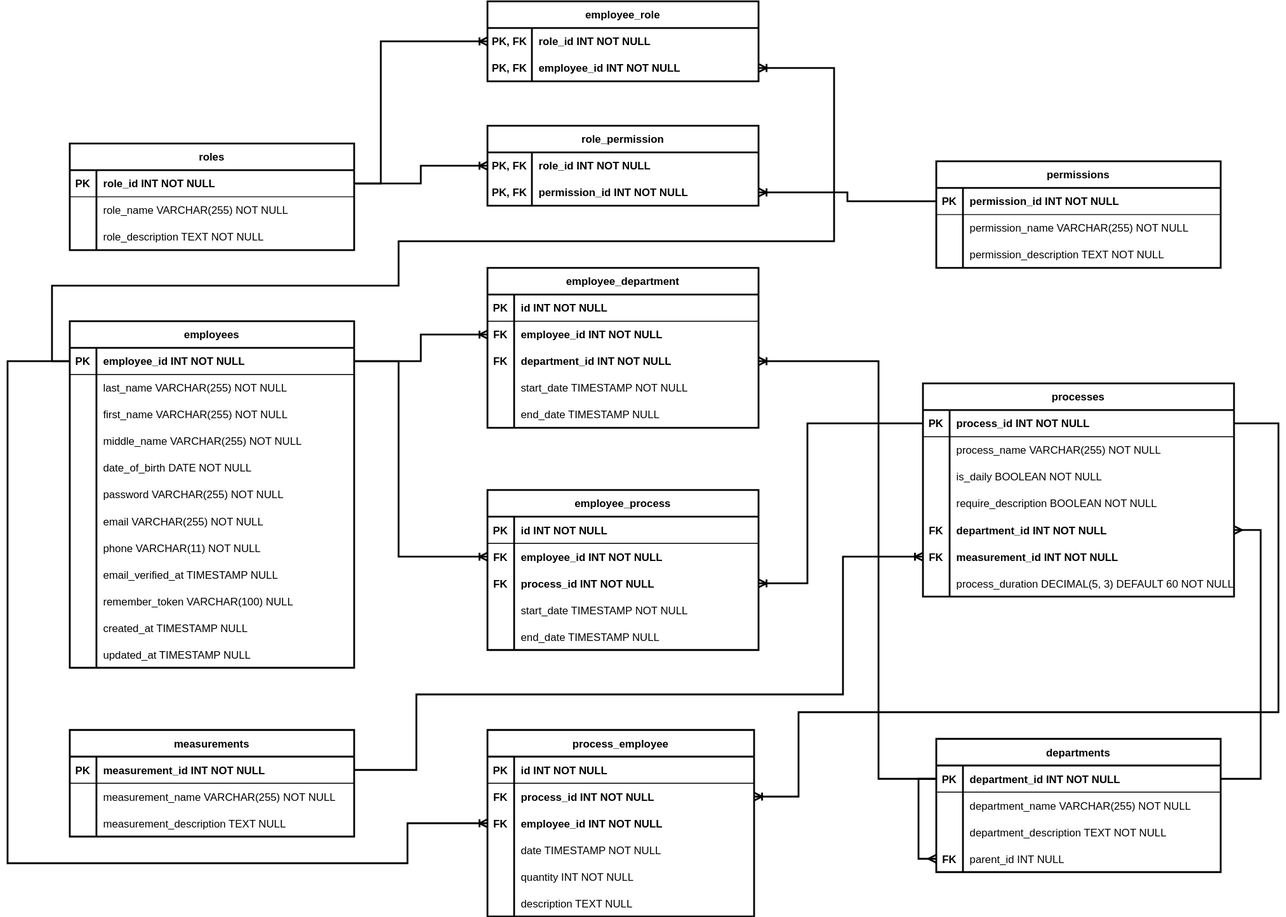
This is _DatabaseStructure/DB structure new.drawio.svg from JNorri/library_time, a draw.io export, as it was before one commit. Source tidied: cells renumbered, new cells last; positions are measured from the earlier drawing's top-left corner, leaving out a move shared by most shapes.
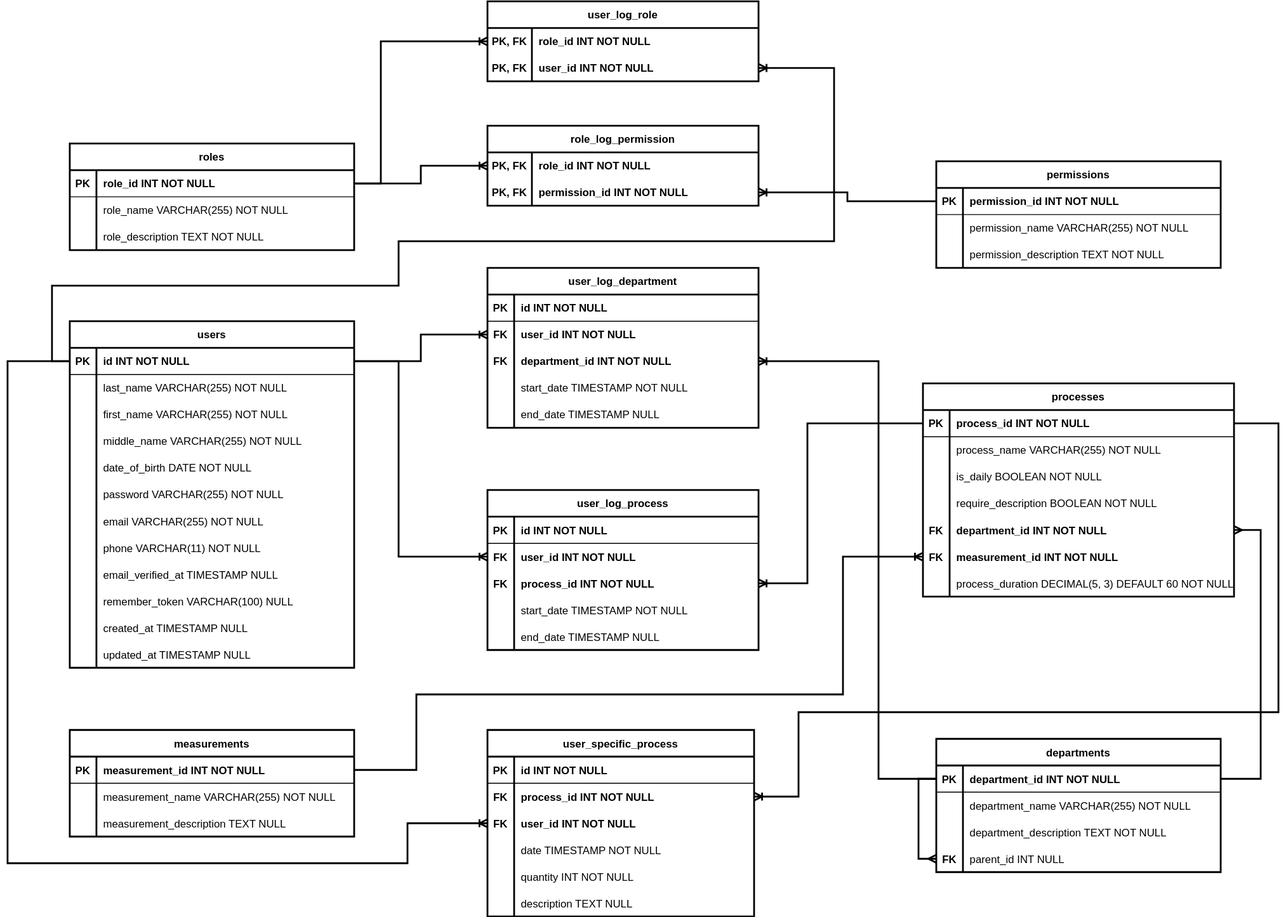
After the commit.

The edit, as a diff of the source:
```diff
@@ -98,7 +98,7 @@
     <mxCell id="33" value="process_duration DECIMAL(5, 3) DEFAULT 60 NOT NULL" style="shape=partialRectangle;overflow=hidden;fillColor=none;align=left;strokeColor=inherit;top=0;left=0;bottom=0;right=0;spacingLeft=6;" parent="31" vertex="1">
       <mxGeometry x="30" width="320" height="30" as="geometry" />
     </mxCell>
-    <mxCell id="34" value="employees" style="shape=table;startSize=30;rowLines=0;fontStyle=1;align=center;strokeWidth=2;" parent="1" vertex="1">
+    <mxCell id="34" value="users" style="shape=table;startSize=30;rowLines=0;fontStyle=1;align=center;strokeWidth=2;" parent="1" vertex="1">
       <mxGeometry x="70" y="360" width="320" height="390" as="geometry" />
     </mxCell>
     <mxCell id="35" style="shape=tableRow;horizontal=0;startSize=0;swimlaneHead=0;swimlaneBody=0;fillColor=none;points=[[0,0.5],[1,0.5]];portConstraint=eastwest;strokeColor=inherit;top=0;left=0;right=0;bottom=1;" parent="34" vertex="1">
@@ -107,7 +107,7 @@
     <mxCell id="36" value="PK" style="shape=partialRectangle;overflow=hidden;fillColor=none;strokeColor=inherit;top=0;left=0;bottom=0;right=0;fontStyle=1;" parent="35" vertex="1">
       <mxGeometry width="30" height="30" as="geometry" />
     </mxCell>
-    <mxCell id="37" value="employee_id&#9;&#9;   INT NOT NULL" style="shape=partialRectangle;overflow=hidden;fillColor=none;align=left;strokeColor=inherit;top=0;left=0;bottom=0;right=0;spacingLeft=6;fontStyle=1;" parent="35" vertex="1">
+    <mxCell id="37" value="id INT NOT NULL" style="shape=partialRectangle;overflow=hidden;fillColor=none;align=left;strokeColor=inherit;top=0;left=0;bottom=0;right=0;spacingLeft=6;fontStyle=1;" parent="35" vertex="1">
       <mxGeometry x="30" width="290" height="30" as="geometry" />
     </mxCell>
     <mxCell id="38" style="shape=tableRow;horizontal=0;startSize=0;swimlaneHead=0;swimlaneBody=0;fillColor=none;strokeColor=inherit;top=0;left=0;right=0;bottom=0;" parent="34" vertex="1">
@@ -209,7 +209,7 @@
     <mxCell id="70" value="updated_at TIMESTAMP NULL" style="shape=partialRectangle;overflow=hidden;fillColor=none;align=left;strokeColor=inherit;top=0;left=0;bottom=0;right=0;spacingLeft=6;" parent="68" vertex="1">
       <mxGeometry x="30" width="290" height="30" as="geometry" />
     </mxCell>
-    <mxCell id="71" value="process_employee" style="shape=table;startSize=30;rowLines=0;fontStyle=1;align=center;strokeWidth=2;" parent="1" vertex="1">
+    <mxCell id="71" value="user_specific_process" style="shape=table;startSize=30;rowLines=0;fontStyle=1;align=center;strokeWidth=2;" parent="1" vertex="1">
       <mxGeometry x="540" y="820" width="300" height="210" as="geometry" />
     </mxCell>
     <mxCell id="72" style="shape=tableRow;horizontal=0;startSize=0;swimlaneHead=0;swimlaneBody=0;fillColor=none;strokeColor=inherit;top=0;left=0;right=0;bottom=1;" parent="71" vertex="1">
@@ -236,7 +236,7 @@
     <mxCell id="79" value="FK" style="shape=partialRectangle;overflow=hidden;fillColor=none;strokeColor=inherit;top=0;left=0;bottom=0;right=0;fontStyle=1;" parent="78" vertex="1">
       <mxGeometry width="30" height="30" as="geometry" />
     </mxCell>
-    <mxCell id="80" value="employee_id INT NOT NULL" style="shape=partialRectangle;overflow=hidden;fillColor=none;align=left;strokeColor=inherit;top=0;left=0;bottom=0;right=0;spacingLeft=6;fontStyle=1;" parent="78" vertex="1">
+    <mxCell id="80" value="user_id INT NOT NULL" style="shape=partialRectangle;overflow=hidden;fillColor=none;align=left;strokeColor=inherit;top=0;left=0;bottom=0;right=0;spacingLeft=6;fontStyle=1;" parent="78" vertex="1">
       <mxGeometry x="30" width="270" height="30" as="geometry" />
     </mxCell>
     <mxCell id="81" style="shape=tableRow;horizontal=0;startSize=0;swimlaneHead=0;swimlaneBody=0;fillColor=none;strokeColor=inherit;top=0;left=0;right=0;bottom=0;" parent="71" vertex="1">
@@ -266,7 +266,7 @@
     <mxCell id="89" value="description&#9;TEXT&#9;&#9;        NULL" style="shape=partialRectangle;overflow=hidden;fillColor=none;align=left;strokeColor=inherit;top=0;left=0;bottom=0;right=0;spacingLeft=6;" parent="87" vertex="1">
       <mxGeometry x="30" width="270" height="30" as="geometry" />
     </mxCell>
-    <mxCell id="90" value="employee_department" style="shape=table;startSize=30;rowLines=0;fontStyle=1;align=center;strokeWidth=2;fillColor=default;" parent="1" vertex="1">
+    <mxCell id="90" value="user_log_department" style="shape=table;startSize=30;rowLines=0;fontStyle=1;align=center;strokeWidth=2;fillColor=default;" parent="1" vertex="1">
       <mxGeometry x="540" y="300" width="305" height="180" as="geometry" />
     </mxCell>
     <mxCell id="91" style="shape=tableRow;horizontal=0;startSize=0;swimlaneHead=0;swimlaneBody=0;fillColor=none;strokeColor=inherit;top=0;left=0;right=0;bottom=1;swimlaneLine=0;" parent="90" vertex="1">
@@ -284,7 +284,7 @@
     <mxCell id="95" value="FK" style="shape=partialRectangle;overflow=hidden;fillColor=none;strokeColor=inherit;top=0;left=0;bottom=0;right=0;fontStyle=1;" parent="94" vertex="1">
       <mxGeometry width="30" height="30" as="geometry" />
     </mxCell>
-    <mxCell id="96" value="employee_id INT NOT NULL" style="shape=partialRectangle;overflow=hidden;fillColor=none;align=left;strokeColor=inherit;top=0;left=0;bottom=0;right=0;spacingLeft=6;fontStyle=1;" parent="94" vertex="1">
+    <mxCell id="96" value="user_id INT NOT NULL" style="shape=partialRectangle;overflow=hidden;fillColor=none;align=left;strokeColor=inherit;top=0;left=0;bottom=0;right=0;spacingLeft=6;fontStyle=1;" parent="94" vertex="1">
       <mxGeometry x="30" width="275" height="30" as="geometry" />
     </mxCell>
     <mxCell id="97" style="shape=tableRow;horizontal=0;startSize=0;swimlaneHead=0;swimlaneBody=0;fillColor=none;points=[[0,0.5],[1,0.5]];portConstraint=eastwest;strokeColor=inherit;top=0;left=0;right=0;bottom=0;swimlaneLine=0;" parent="90" vertex="1">
@@ -361,7 +361,7 @@
         </Array>
       </mxGeometry>
     </mxCell>
-    <mxCell id="120" value="employee_process" style="shape=table;startSize=30;rowLines=0;fontStyle=1;align=center;strokeWidth=2;fillColor=default;" parent="1" vertex="1">
+    <mxCell id="120" value="user_log_process" style="shape=table;startSize=30;rowLines=0;fontStyle=1;align=center;strokeWidth=2;fillColor=default;" parent="1" vertex="1">
       <mxGeometry x="540" y="550" width="305" height="180" as="geometry" />
     </mxCell>
     <mxCell id="121" style="shape=tableRow;horizontal=0;startSize=0;swimlaneHead=0;swimlaneBody=0;fillColor=none;strokeColor=inherit;top=0;left=0;right=0;bottom=1;swimlaneLine=0;" parent="120" vertex="1">
@@ -379,7 +379,7 @@
     <mxCell id="125" value="FK" style="shape=partialRectangle;overflow=hidden;fillColor=none;strokeColor=inherit;top=0;left=0;bottom=0;right=0;fontStyle=1;" parent="124" vertex="1">
       <mxGeometry width="30" height="30" as="geometry" />
     </mxCell>
-    <mxCell id="126" value="employee_id INT NOT NULL" style="shape=partialRectangle;overflow=hidden;fillColor=none;align=left;strokeColor=inherit;top=0;left=0;bottom=0;right=0;spacingLeft=6;fontStyle=1;" parent="124" vertex="1">
+    <mxCell id="126" value="user_id INT NOT NULL" style="shape=partialRectangle;overflow=hidden;fillColor=none;align=left;strokeColor=inherit;top=0;left=0;bottom=0;right=0;spacingLeft=6;fontStyle=1;" parent="124" vertex="1">
       <mxGeometry x="30" width="275" height="30" as="geometry" />
     </mxCell>
     <mxCell id="127" style="shape=tableRow;horizontal=0;startSize=0;swimlaneHead=0;swimlaneBody=0;fillColor=none;points=[[0,0.5],[1,0.5]];portConstraint=eastwest;strokeColor=inherit;top=0;left=0;right=0;bottom=0;swimlaneLine=0;" parent="120" vertex="1">
@@ -409,7 +409,7 @@
     <mxCell id="135" value="end_date TIMESTAMP NULL" style="shape=partialRectangle;overflow=hidden;fillColor=none;align=left;strokeColor=inherit;top=0;left=0;bottom=0;right=0;spacingLeft=6;" parent="133" vertex="1">
       <mxGeometry x="30" width="275" height="30" as="geometry" />
     </mxCell>
-    <mxCell id="136" value="role_permission" style="shape=table;startSize=30;rowLines=0;fontStyle=1;align=center;strokeWidth=2;" parent="1" vertex="1">
+    <mxCell id="136" value="role_log_permission" style="shape=table;startSize=30;rowLines=0;fontStyle=1;align=center;strokeWidth=2;" parent="1" vertex="1">
       <mxGeometry x="540" y="140" width="305" height="90" as="geometry" />
     </mxCell>
     <mxCell id="137" style="shape=tableRow;horizontal=0;startSize=0;swimlaneHead=0;swimlaneBody=0;fillColor=none;points=[[0,0.5],[1,0.5]];portConstraint=eastwest;strokeColor=inherit;top=0;left=0;right=0;bottom=0;" parent="136" vertex="1">
@@ -493,7 +493,7 @@
     <mxCell id="163" value="permission_description &#9;TEXT NOT NULL" style="shape=partialRectangle;overflow=hidden;fillColor=none;align=left;strokeColor=inherit;top=0;left=0;bottom=0;right=0;spacingLeft=6;fontStyle=0;" parent="161" vertex="1">
       <mxGeometry x="30" width="290" height="30" as="geometry" />
     </mxCell>
-    <mxCell id="164" value="employee_role" style="shape=table;startSize=30;rowLines=0;fontStyle=1;align=center;strokeWidth=2;" parent="1" vertex="1">
+    <mxCell id="164" value="user_log_role" style="shape=table;startSize=30;rowLines=0;fontStyle=1;align=center;strokeWidth=2;" parent="1" vertex="1">
       <mxGeometry x="540" width="305" height="90" as="geometry" />
     </mxCell>
     <mxCell id="165" style="shape=tableRow;horizontal=0;startSize=0;swimlaneHead=0;swimlaneBody=0;fillColor=none;points=[[0,0.5],[1,0.5]];portConstraint=eastwest;strokeColor=inherit;top=0;left=0;right=0;bottom=0;" parent="164" vertex="1">
@@ -511,7 +511,7 @@
     <mxCell id="169" value="PK, FK" style="shape=partialRectangle;overflow=hidden;fillColor=none;strokeColor=inherit;top=0;left=0;bottom=0;right=0;fontStyle=1;" parent="168" vertex="1">
       <mxGeometry width="50" height="30" as="geometry" />
     </mxCell>
-    <mxCell id="170" value="employee_id INT NOT NULL" style="shape=partialRectangle;overflow=hidden;fillColor=none;align=left;strokeColor=inherit;top=0;left=0;bottom=0;right=0;spacingLeft=6;fontStyle=1;" parent="168" vertex="1">
+    <mxCell id="170" value="user_id INT NOT NULL" style="shape=partialRectangle;overflow=hidden;fillColor=none;align=left;strokeColor=inherit;top=0;left=0;bottom=0;right=0;spacingLeft=6;fontStyle=1;" parent="168" vertex="1">
       <mxGeometry x="50" width="255" height="30" as="geometry" />
     </mxCell>
     <mxCell id="171" style="edgeStyle=orthogonalEdgeStyle;fontSize=12;html=1;endArrow=none;rounded=0;strokeWidth=2;startArrow=ERoneToMany;startFill=0;endFill=0;entryX=1;entryY=0.5;entryDx=0;entryDy=0;exitX=0;exitY=0.5;exitDx=0;exitDy=0;" parent="1" edge="1" source="165" target="145">
```
